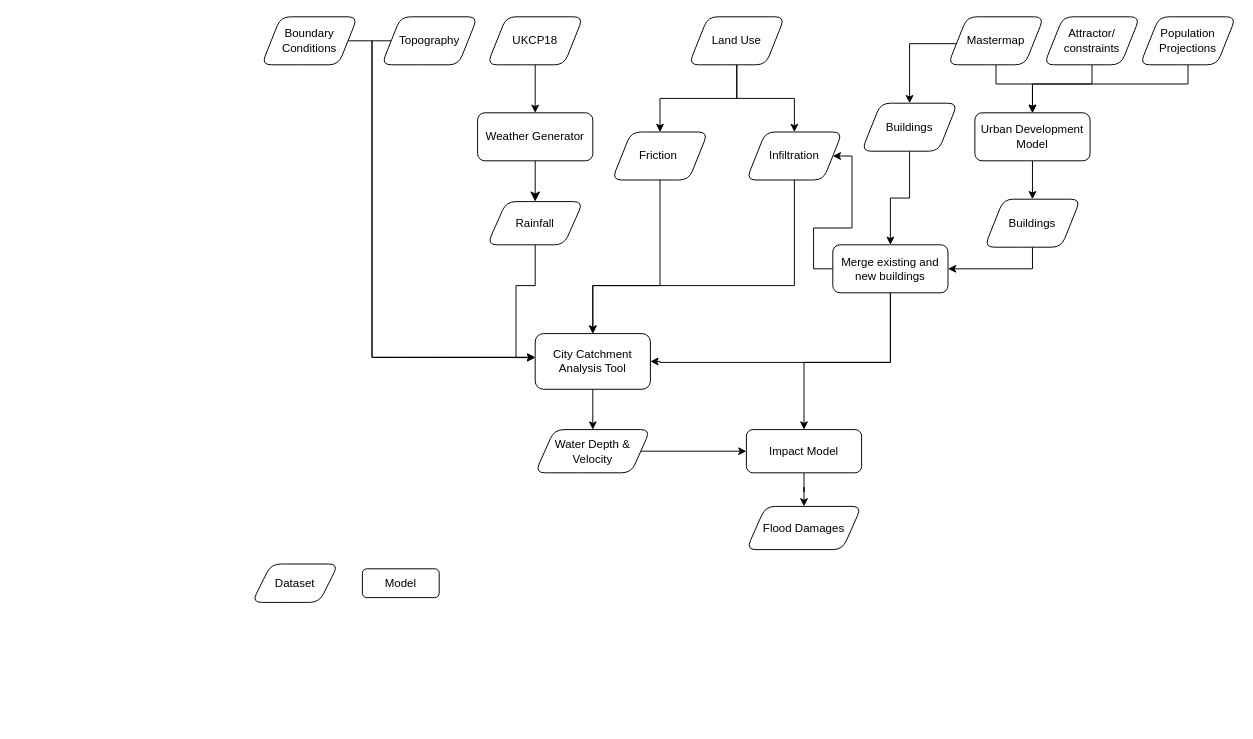
Above: flood/openclim-flood-workflow.drawio in OpenCLIM/workflow-diagrams (draw.io), before the change. Source tidied: cells renumbered, new cells numbered last; positions are measured from the earlier drawing's top-left corner, leaving out a move shared by most shapes. Both pictures are drawn from the tidied source at 96%, with x=0, y=0 at pixel (252, 16).
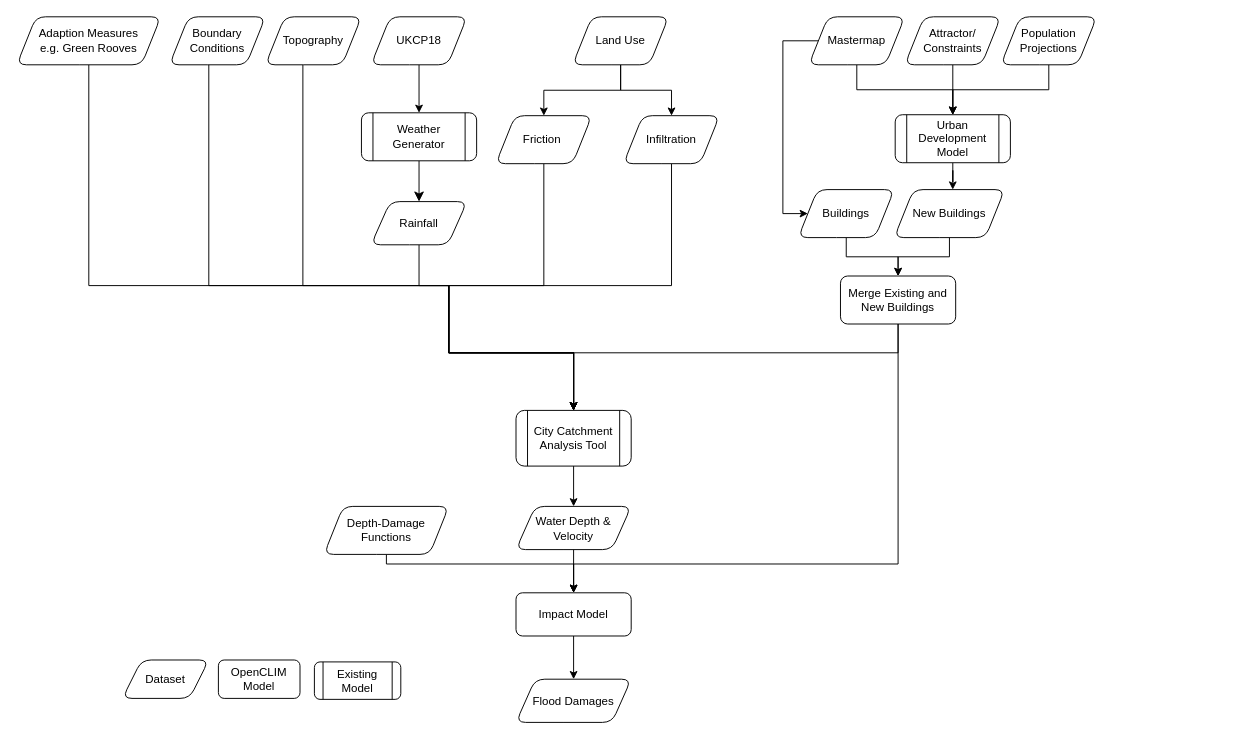
The same page after the edit.

Commit message:
added model types and more inputs

Diff of the diagram source:
```diff
@@
-    <mxCell id="3" value="Weather Generator" style="rounded=1;whiteSpace=wrap;html=1;fontSize=12;glass=0;strokeWidth=1;shadow=0;" parent="1" vertex="1">
-      <mxGeometry x="235" y="100" width="120" height="50" as="geometry" />
+    <mxCell id="3" value="Weather Generator" style="shape=process;whiteSpace=wrap;html=1;backgroundOutline=1;shadow=0;fontFamily=Helvetica;fontSize=12;fontColor=#000000;align=center;strokeColor=#000000;strokeWidth=1;fillColor=#ffffff;rounded=1;" parent="1" vertex="1">
+      <mxGeometry x="114" y="100" width="120" height="50" as="geometry" />
     </mxCell>
@@
     <mxCell id="5" value="UKCP18" style="shape=parallelogram;perimeter=parallelogramPerimeter;whiteSpace=wrap;html=1;fixedSize=1;rounded=1;" parent="1" vertex="1">
-      <mxGeometry x="245" width="100" height="50" as="geometry" />
+      <mxGeometry x="124" width="100" height="50" as="geometry" />
     </mxCell>
-    <mxCell id="6" style="edgeStyle=orthogonalEdgeStyle;rounded=0;jettySize=auto;html=1;entryX=0.5;entryY=0;entryDx=0;entryDy=0;exitX=0.5;exitY=1;exitDx=0;exitDy=0;" parent="1" edge="1" source="7" target="9">
-      <mxGeometry relative="1" as="geometry">
-        <Array as="points">
-          <mxPoint x="975" y="70" />
-          <mxPoint x="813" y="70" />
-        </Array>
-      </mxGeometry>
+    <mxCell id="6" style="edgeStyle=orthogonalEdgeStyle;rounded=0;jettySize=auto;html=1;" parent="1" edge="1" source="7" target="9">
+      <mxGeometry relative="1" as="geometry" />
     </mxCell>
     <mxCell id="7" value="Population Projections" style="shape=parallelogram;perimeter=parallelogramPerimeter;whiteSpace=wrap;html=1;fixedSize=1;rounded=1;" parent="1" vertex="1">
-      <mxGeometry x="925" width="100" height="50" as="geometry" />
+      <mxGeometry x="780" width="100" height="50" as="geometry" />
     </mxCell>
-    <mxCell id="8" style="edgeStyle=orthogonalEdgeStyle;rounded=0;jettySize=auto;html=1;exitX=0.5;exitY=1;exitDx=0;exitDy=0;entryX=0.5;entryY=0;entryDx=0;entryDy=0;" parent="1" edge="1" source="9" target="13">
+    <mxCell id="8" style="edgeStyle=orthogonalEdgeStyle;rounded=0;jettySize=auto;html=1;entryX=0.53;entryY=0;entryDx=0;entryDy=0;entryPerimeter=0;" parent="1" edge="1" source="9" target="13">
       <mxGeometry relative="1" as="geometry" />
     </mxCell>
-    <mxCell id="9" value="Urban Development Model" style="rounded=1;whiteSpace=wrap;html=1;fontSize=12;glass=0;strokeWidth=1;shadow=0;" parent="1" vertex="1">
-      <mxGeometry x="753" y="100" width="120" height="50" as="geometry" />
+    <mxCell id="9" value="Urban Development Model" style="shape=process;whiteSpace=wrap;html=1;backgroundOutline=1;shadow=0;fontFamily=Helvetica;fontSize=12;fontColor=#000000;align=center;strokeColor=#000000;strokeWidth=1;fillColor=#ffffff;rounded=1;" parent="1" vertex="1">
+      <mxGeometry x="670" y="102" width="120" height="50" as="geometry" />
     </mxCell>
-    <mxCell id="10" style="edgeStyle=orthogonalEdgeStyle;rounded=0;jettySize=auto;html=1;entryX=-0.001;entryY=0.43;entryDx=0;entryDy=0;entryPerimeter=0;" parent="1" edge="1" source="11" target="24">
+    <mxCell id="10" style="edgeStyle=orthogonalEdgeStyle;rounded=0;jettySize=auto;html=1;entryX=0.5;entryY=0;entryDx=0;entryDy=0;" parent="1" edge="1" source="11" target="24">
       <mxGeometry relative="1" as="geometry">
         <Array as="points">
-          <mxPoint x="125" y="25" />
-          <mxPoint x="125" y="355" />
+          <mxPoint x="-45" y="280" />
+          <mxPoint x="205" y="280" />
+          <mxPoint x="205" y="350" />
+          <mxPoint x="335" y="350" />
         </Array>
       </mxGeometry>
     </mxCell>
     <mxCell id="11" value="Boundary Conditions" style="shape=parallelogram;perimeter=parallelogramPerimeter;whiteSpace=wrap;html=1;fixedSize=1;rounded=1;" parent="1" vertex="1">
-      <mxGeometry x="10" width="100" height="50" as="geometry" />
+      <mxGeometry x="-86" width="100" height="50" as="geometry" />
     </mxCell>
-    <mxCell id="12" style="edgeStyle=orthogonalEdgeStyle;rounded=0;jettySize=auto;html=1;exitX=0.5;exitY=1;exitDx=0;exitDy=0;" parent="1" edge="1" source="13" target="42">
+    <mxCell id="12" style="edgeStyle=orthogonalEdgeStyle;rounded=0;jettySize=auto;html=1;entryX=0.5;entryY=0;entryDx=0;entryDy=0;" parent="1" edge="1" source="13" target="42">
       <mxGeometry relative="1" as="geometry" />
     </mxCell>
-    <mxCell id="13" value="Buildings" style="shape=parallelogram;perimeter=parallelogramPerimeter;whiteSpace=wrap;html=1;fixedSize=1;rounded=1;" parent="1" vertex="1">
-      <mxGeometry x="763" y="190" width="100" height="50" as="geometry" />
+    <mxCell id="13" value="New Buildings" style="shape=parallelogram;perimeter=parallelogramPerimeter;whiteSpace=wrap;html=1;fixedSize=1;rounded=1;" parent="1" vertex="1">
+      <mxGeometry x="669" y="180" width="115" height="50" as="geometry" />
     </mxCell>
     <mxCell id="14" style="edgeStyle=orthogonalEdgeStyle;rounded=0;jettySize=auto;html=1;entryX=0.5;entryY=0;entryDx=0;entryDy=0;" parent="1" edge="1" source="16" target="9">
-      <mxGeometry relative="1" as="geometry">
-        <Array as="points">
-          <mxPoint x="775" y="70" />
-          <mxPoint x="813" y="70" />
-        </Array>
-      </mxGeometry>
+      <mxGeometry relative="1" as="geometry" />
     </mxCell>
-    <mxCell id="15" style="edgeStyle=orthogonalEdgeStyle;rounded=0;jettySize=auto;html=1;entryX=0.5;entryY=0;entryDx=0;entryDy=0;" parent="1" edge="1" source="16" target="38">
+    <mxCell id="15" style="edgeStyle=orthogonalEdgeStyle;rounded=0;jettySize=auto;html=1;" parent="1" edge="1" source="16" target="38">
       <mxGeometry relative="1" as="geometry">
         <Array as="points">
-          <mxPoint x="685" y="28" />
+          <mxPoint x="553" y="25" />
         </Array>
       </mxGeometry>
     </mxCell>
     <mxCell id="16" value="Mastermap" style="shape=parallelogram;perimeter=parallelogramPerimeter;whiteSpace=wrap;html=1;fixedSize=1;rounded=1;" parent="1" vertex="1">
-      <mxGeometry x="725" width="100" height="50" as="geometry" />
+      <mxGeometry x="580" width="100" height="50" as="geometry" />
     </mxCell>
-    <mxCell id="17" style="edgeStyle=orthogonalEdgeStyle;rounded=0;jettySize=auto;html=1;entryX=0;entryY=0.424;entryDx=0;entryDy=0;entryPerimeter=0;" parent="1" edge="1" source="31" target="24">
-      <mxGeometry relative="1" as="geometry">
-        <Array as="points">
-          <mxPoint x="125" y="25" />
-          <mxPoint x="125" y="355" />
-        </Array>
-      </mxGeometry>
-    </mxCell>
     <mxCell id="18" style="edgeStyle=orthogonalEdgeStyle;rounded=0;jettySize=auto;html=1;entryX=0.5;entryY=0;entryDx=0;entryDy=0;" parent="1" edge="1" source="19" target="24">
       <mxGeometry relative="1" as="geometry">
         <Array as="points">
-          <mxPoint x="425" y="280" />
-          <mxPoint x="355" y="280" />
+          <mxPoint x="304" y="280" />
+          <mxPoint x="205" y="280" />
+          <mxPoint x="205" y="350" />
+          <mxPoint x="335" y="350" />
         </Array>
       </mxGeometry>
     </mxCell>
     <mxCell id="19" value="Friction&amp;nbsp;" style="shape=parallelogram;perimeter=parallelogramPerimeter;whiteSpace=wrap;html=1;fixedSize=1;rounded=1;" parent="1" vertex="1">
-      <mxGeometry x="375" y="120" width="100" height="50" as="geometry" />
+      <mxGeometry x="254" y="103" width="100" height="50" as="geometry" />
     </mxCell>
@@
     <mxCell id="22" value="Land Use" style="shape=parallelogram;perimeter=parallelogramPerimeter;whiteSpace=wrap;html=1;fixedSize=1;rounded=1;" parent="1" vertex="1">
-      <mxGeometry x="455" width="100" height="50" as="geometry" />
+      <mxGeometry x="334" width="100" height="50" as="geometry" />
     </mxCell>
@@
-    <mxCell id="24" value="City Catchment Analysis Tool" style="rounded=1;whiteSpace=wrap;html=1;fontSize=12;glass=0;strokeWidth=1;shadow=0;" parent="1" vertex="1">
-      <mxGeometry x="295" y="330" width="120" height="58" as="geometry" />
+    <mxCell id="24" value="City Catchment Analysis Tool" style="shape=process;whiteSpace=wrap;html=1;backgroundOutline=1;shadow=0;fontFamily=Helvetica;fontSize=12;fontColor=#000000;align=center;strokeColor=#000000;strokeWidth=1;fillColor=#ffffff;rounded=1;" parent="1" vertex="1">
+      <mxGeometry x="275" y="410" width="120" height="58" as="geometry" />
     </mxCell>
-    <mxCell id="25" style="edgeStyle=orthogonalEdgeStyle;rounded=0;jettySize=auto;html=1;" parent="1" edge="1" source="26" target="24">
+    <mxCell id="25" style="edgeStyle=orthogonalEdgeStyle;rounded=0;jettySize=auto;html=1;entryX=0.5;entryY=0;entryDx=0;entryDy=0;" parent="1" edge="1" source="26" target="24">
       <mxGeometry relative="1" as="geometry">
         <Array as="points">
-          <mxPoint x="295" y="280" />
-          <mxPoint x="275" y="280" />
-          <mxPoint x="275" y="355" />
+          <mxPoint x="174" y="280" />
+          <mxPoint x="205" y="280" />
+          <mxPoint x="205" y="350" />
+          <mxPoint x="335" y="350" />
         </Array>
       </mxGeometry>
     </mxCell>
     <mxCell id="26" value="Rainfall" style="shape=parallelogram;perimeter=parallelogramPerimeter;whiteSpace=wrap;html=1;fixedSize=1;rounded=1;" parent="1" vertex="1">
-      <mxGeometry x="245" y="192.5" width="100" height="45" as="geometry" />
+      <mxGeometry x="124" y="192.5" width="100" height="45" as="geometry" />
     </mxCell>
     <mxCell id="27" value="Dataset" style="shape=parallelogram;perimeter=parallelogramPerimeter;whiteSpace=wrap;html=1;fixedSize=1;rounded=1;" parent="1" vertex="1">
-      <mxGeometry y="570" width="90" height="40" as="geometry" />
+      <mxGeometry x="-135" y="670" width="90" height="40" as="geometry" />
     </mxCell>
-    <mxCell id="28" value="Model" style="rounded=1;whiteSpace=wrap;html=1;fontSize=12;glass=0;strokeWidth=1;shadow=0;" parent="1" vertex="1">
-      <mxGeometry x="115" y="575" width="80" height="30" as="geometry" />
+    <mxCell id="28" value="OpenCLIM Model" style="rounded=1;whiteSpace=wrap;html=1;fontSize=12;glass=0;strokeWidth=1;shadow=0;" parent="1" vertex="1">
+      <mxGeometry x="-35" y="670" width="85" height="40" as="geometry" />
     </mxCell>
     <mxCell id="29" style="edgeStyle=orthogonalEdgeStyle;rounded=0;jettySize=auto;html=1;entryX=0.5;entryY=0;entryDx=0;entryDy=0;" parent="1" edge="1" source="30" target="24">
       <mxGeometry relative="1" as="geometry">
         <Array as="points">
-          <mxPoint x="565" y="280" />
-          <mxPoint x="355" y="280" />
+          <mxPoint x="437" y="280" />
+          <mxPoint x="205" y="280" />
+          <mxPoint x="205" y="350" />
+          <mxPoint x="335" y="350" />
         </Array>
       </mxGeometry>
     </mxCell>
     <mxCell id="30" value="Infiltration" style="shape=parallelogram;perimeter=parallelogramPerimeter;whiteSpace=wrap;html=1;fixedSize=1;rounded=1;" parent="1" vertex="1">
-      <mxGeometry x="515" y="120" width="100" height="50" as="geometry" />
+      <mxGeometry x="387" y="103" width="100" height="50" as="geometry" />
     </mxCell>
+    <mxCell id="17" style="edgeStyle=orthogonalEdgeStyle;rounded=0;jettySize=auto;html=1;" parent="1" edge="1" source="31" target="24">
+      <mxGeometry relative="1" as="geometry">
+        <Array as="points">
+          <mxPoint x="53" y="280" />
+          <mxPoint x="205" y="280" />
+          <mxPoint x="205" y="350" />
+          <mxPoint x="335" y="350" />
+        </Array>
+      </mxGeometry>
+    </mxCell>
     <mxCell id="31" value="Topography" style="shape=parallelogram;perimeter=parallelogramPerimeter;whiteSpace=wrap;html=1;fixedSize=1;rounded=1;" parent="1" vertex="1">
-      <mxGeometry x="135" width="100" height="50" as="geometry" />
+      <mxGeometry x="14" width="100" height="50" as="geometry" />
     </mxCell>
-    <mxCell id="32" style="edgeStyle=orthogonalEdgeStyle;rounded=0;jettySize=auto;html=1;entryX=0;entryY=0.5;entryDx=0;entryDy=0;" parent="1" edge="1" source="33" target="35">
+    <mxCell id="32" style="edgeStyle=orthogonalEdgeStyle;rounded=0;jettySize=auto;html=1;entryX=0.5;entryY=0;entryDx=0;entryDy=0;" parent="1" edge="1" source="33" target="35">
       <mxGeometry relative="1" as="geometry" />
     </mxCell>
     <mxCell id="33" value="Water Depth &amp;amp; Velocity" style="shape=parallelogram;perimeter=parallelogramPerimeter;whiteSpace=wrap;html=1;fixedSize=1;rounded=1;" parent="1" vertex="1">
-      <mxGeometry x="295" y="430" width="120" height="45" as="geometry" />
+      <mxGeometry x="275" y="510" width="120" height="45" as="geometry" />
     </mxCell>
@@
     <mxCell id="35" value="Impact Model" style="rounded=1;whiteSpace=wrap;html=1;" parent="1" vertex="1">
-      <mxGeometry x="515" y="430" width="120" height="45" as="geometry" />
+      <mxGeometry x="275" y="600" width="120" height="45" as="geometry" />
     </mxCell>
     <mxCell id="36" value="Flood Damages" style="shape=parallelogram;perimeter=parallelogramPerimeter;whiteSpace=wrap;html=1;fixedSize=1;rounded=1;" parent="1" vertex="1">
-      <mxGeometry x="515" y="510" width="120" height="45" as="geometry" />
+      <mxGeometry x="275" y="690" width="120" height="45" as="geometry" />
     </mxCell>
@@
     <mxCell id="38" value="Buildings" style="shape=parallelogram;perimeter=parallelogramPerimeter;whiteSpace=wrap;html=1;fixedSize=1;rounded=1;" parent="1" vertex="1">
-      <mxGeometry x="635" y="90" width="100" height="50" as="geometry" />
+      <mxGeometry x="569" y="180" width="100" height="50" as="geometry" />
     </mxCell>
+    <mxCell id="40" style="edgeStyle=orthogonalEdgeStyle;rounded=0;jettySize=auto;html=1;entryX=0.5;entryY=0;entryDx=0;entryDy=0;" parent="1" edge="1" source="42" target="24">
+      <mxGeometry relative="1" as="geometry">
+        <Array as="points">
+          <mxPoint x="673" y="350" />
+          <mxPoint x="335" y="350" />
+        </Array>
+      </mxGeometry>
+    </mxCell>
-    <mxCell id="39" style="edgeStyle=orthogonalEdgeStyle;rounded=0;jettySize=auto;html=1;" parent="1" edge="1" source="42" target="35">
+    <mxCell id="39" style="edgeStyle=orthogonalEdgeStyle;rounded=0;jettySize=auto;html=1;entryX=0.5;entryY=0;entryDx=0;entryDy=0;" parent="1" edge="1" source="42" target="35">
       <mxGeometry relative="1" as="geometry">
         <Array as="points">
-          <mxPoint x="665" y="360" />
-          <mxPoint x="575" y="360" />
+          <mxPoint x="673" y="570" />
+          <mxPoint x="335" y="570" />
         </Array>
       </mxGeometry>
     </mxCell>
-    <mxCell id="40" style="edgeStyle=orthogonalEdgeStyle;rounded=0;jettySize=auto;html=1;entryX=1;entryY=0.5;entryDx=0;entryDy=0;" parent="1" edge="1" source="42" target="24">
-      <mxGeometry relative="1" as="geometry">
-        <Array as="points">
-          <mxPoint x="665" y="360" />
-          <mxPoint x="425" y="360" />
-        </Array>
-      </mxGeometry>
-    </mxCell>
-    <mxCell id="41" style="edgeStyle=orthogonalEdgeStyle;rounded=0;jettySize=auto;html=1;entryX=1;entryY=0.5;entryDx=0;entryDy=0;exitX=0;exitY=0.5;exitDx=0;exitDy=0;" parent="1" edge="1" source="42" target="30">
-      <mxGeometry relative="1" as="geometry">
-        <Array as="points">
-          <mxPoint x="585" y="263" />
-          <mxPoint x="585" y="220" />
-          <mxPoint x="625" y="220" />
-          <mxPoint x="625" y="145" />
-        </Array>
-      </mxGeometry>
-    </mxCell>
-    <mxCell id="42" value="Merge existing and new buildings" style="rounded=1;whiteSpace=wrap;html=1;fontSize=12;glass=0;strokeWidth=1;shadow=0;" parent="1" vertex="1">
-      <mxGeometry x="605" y="237.5" width="120" height="50" as="geometry" />
+    <mxCell id="42" value="Merge Existing and New Buildings" style="rounded=1;whiteSpace=wrap;html=1;fontSize=12;glass=0;strokeWidth=1;shadow=0;" parent="1" vertex="1">
+      <mxGeometry x="613" y="270" width="120" height="50" as="geometry" />
     </mxCell>
-    <mxCell id="43" style="edgeStyle=orthogonalEdgeStyle;rounded=0;jettySize=auto;html=1;" parent="1" edge="1" source="44" target="9">
-      <mxGeometry relative="1" as="geometry">
-        <Array as="points">
-          <mxPoint x="875" y="70" />
-          <mxPoint x="813" y="70" />
-        </Array>
-      </mxGeometry>
+    <mxCell id="43" style="edgeStyle=orthogonalEdgeStyle;rounded=0;jettySize=auto;html=1;exitX=0.5;exitY=1;exitDx=0;exitDy=0;" parent="1" edge="1" source="44" target="9">
+      <mxGeometry relative="1" as="geometry" />
     </mxCell>
-    <mxCell id="44" value="&lt;div&gt;Attractor/&lt;/div&gt;&lt;div&gt;constraints&lt;/div&gt;" style="shape=parallelogram;perimeter=parallelogramPerimeter;whiteSpace=wrap;html=1;fixedSize=1;rounded=1;" parent="1" vertex="1">
-      <mxGeometry x="825" width="100" height="50" as="geometry" />
+    <mxCell id="44" value="&lt;div&gt;Attractor/&lt;/div&gt;&lt;div&gt;Constraints&lt;/div&gt;" style="shape=parallelogram;perimeter=parallelogramPerimeter;whiteSpace=wrap;html=1;fixedSize=1;rounded=1;" parent="1" vertex="1">
+      <mxGeometry x="680" width="100" height="50" as="geometry" />
     </mxCell>
+    <mxCell id="45" style="edgeStyle=orthogonalEdgeStyle;rounded=0;jettySize=auto;html=1;" parent="1" edge="1" source="46" target="24">
+      <mxGeometry relative="1" as="geometry">
+        <Array as="points">
+          <mxPoint x="-170" y="280" />
+          <mxPoint x="205" y="280" />
+          <mxPoint x="205" y="350" />
+          <mxPoint x="335" y="350" />
+        </Array>
+      </mxGeometry>
+    </mxCell>
+    <mxCell id="46" value="Adaption Measures&lt;br&gt;e.g. Green Rooves" style="shape=parallelogram;perimeter=parallelogramPerimeter;whiteSpace=wrap;html=1;fixedSize=1;rounded=1;" parent="1" vertex="1">
+      <mxGeometry x="-245" width="150" height="50" as="geometry" />
+    </mxCell>
+    <mxCell id="47" value="Existing&lt;br&gt;Model" style="shape=process;whiteSpace=wrap;html=1;backgroundOutline=1;shadow=0;fontFamily=Helvetica;fontSize=12;fontColor=#000000;align=center;strokeColor=#000000;strokeWidth=1;fillColor=#ffffff;rounded=1;" parent="1" vertex="1">
+      <mxGeometry x="65" y="672" width="90" height="39" as="geometry" />
+    </mxCell>
+    <mxCell id="48" style="edgeStyle=orthogonalEdgeStyle;rounded=0;jettySize=auto;html=1;" parent="1" edge="1" source="49" target="35">
+      <mxGeometry relative="1" as="geometry">
+        <Array as="points">
+          <mxPoint x="140" y="570" />
+          <mxPoint x="335" y="570" />
+        </Array>
+      </mxGeometry>
+    </mxCell>
+    <mxCell id="49" value="Depth-Damage&lt;br&gt;Functions" style="shape=parallelogram;perimeter=parallelogramPerimeter;whiteSpace=wrap;html=1;fixedSize=1;rounded=1;" parent="1" vertex="1">
+      <mxGeometry x="75" y="510" width="130" height="50" as="geometry" />
+    </mxCell>
```
